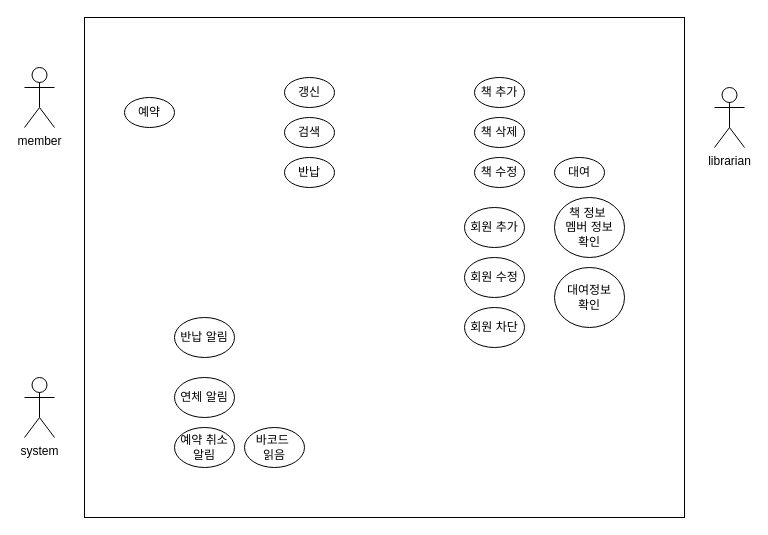
This is page "유스케이스" (3 of 3) of Library.drawio from gogogo191/becomeadeveloper, a draw.io file, before an edit. Source tidied: cells renumbered, new cells numbered last; positions are measured from the earlier drawing's top-left corner, leaving out a move shared by most shapes. Both pictures are drawn from the tidied source at 100%, with x=0, y=0 at pixel (24, 17).
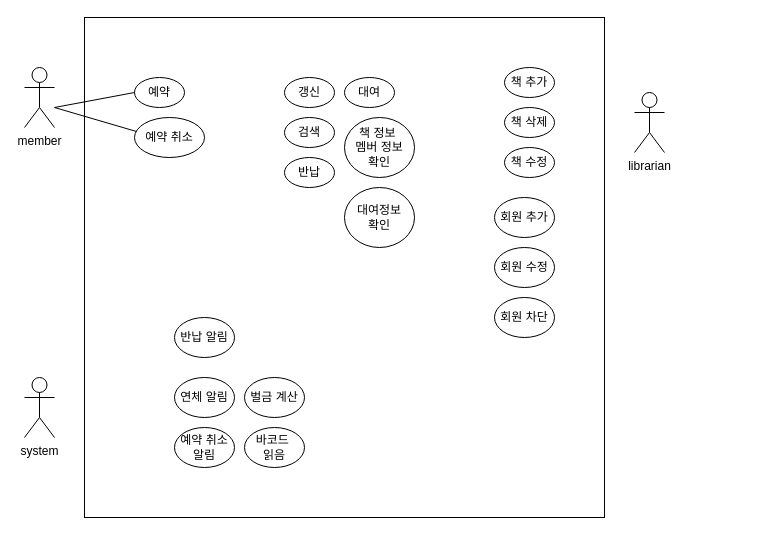
The same page after the edit.

Diff of the diagram source:
```diff
@@
     <mxCell id="3" style="rounded=0;whiteSpace=wrap;html=1;" parent="1" vertex="1">
-      <mxGeometry x="60" width="600" height="500" as="geometry" />
+      <mxGeometry x="60" width="520" height="500" as="geometry" />
     </mxCell>
     <mxCell id="4" value="예약" style="ellipse;whiteSpace=wrap;html=1;" parent="1" vertex="1">
-      <mxGeometry x="100" y="80" width="50" height="30" as="geometry" />
+      <mxGeometry x="110" y="60" width="50" height="30" as="geometry" />
     </mxCell>
@@
     <mxCell id="8" value="책 추가" style="ellipse;whiteSpace=wrap;html=1;" parent="1" vertex="1">
-      <mxGeometry x="450" y="60" width="50" height="30" as="geometry" />
+      <mxGeometry x="480" y="50" width="50" height="30" as="geometry" />
     </mxCell>
     <mxCell id="9" value="책 삭제" style="ellipse;whiteSpace=wrap;html=1;" parent="1" vertex="1">
-      <mxGeometry x="450" y="100" width="50" height="30" as="geometry" />
+      <mxGeometry x="480" y="90" width="50" height="30" as="geometry" />
     </mxCell>
     <mxCell id="10" value="책 수정" style="ellipse;whiteSpace=wrap;html=1;" parent="1" vertex="1">
-      <mxGeometry x="450" y="140" width="50" height="30" as="geometry" />
+      <mxGeometry x="480" y="130" width="50" height="30" as="geometry" />
     </mxCell>
     <mxCell id="11" value="대여" style="ellipse;whiteSpace=wrap;html=1;" parent="1" vertex="1">
-      <mxGeometry x="530" y="140" width="50" height="30" as="geometry" />
+      <mxGeometry x="320" y="60" width="50" height="30" as="geometry" />
     </mxCell>
     <mxCell id="12" value="책 정보&amp;nbsp;&lt;br&gt;멤버 정보 &lt;br&gt;확인" style="ellipse;whiteSpace=wrap;html=1;" parent="1" vertex="1">
-      <mxGeometry x="530" y="180" width="70" height="60" as="geometry" />
+      <mxGeometry x="320" y="100" width="70" height="60" as="geometry" />
     </mxCell>
     <mxCell id="13" value="대여정보&lt;br&gt;확인" style="ellipse;whiteSpace=wrap;html=1;" parent="1" vertex="1">
-      <mxGeometry x="530" y="250" width="70" height="60" as="geometry" />
+      <mxGeometry x="320" y="170" width="70" height="60" as="geometry" />
     </mxCell>
     <mxCell id="14" value="회원 추가" style="ellipse;whiteSpace=wrap;html=1;" parent="1" vertex="1">
-      <mxGeometry x="440" y="190" width="60" height="40" as="geometry" />
+      <mxGeometry x="470" y="180" width="60" height="40" as="geometry" />
     </mxCell>
     <mxCell id="15" value="회원 수정" style="ellipse;whiteSpace=wrap;html=1;" parent="1" vertex="1">
-      <mxGeometry x="440" y="240" width="60" height="40" as="geometry" />
+      <mxGeometry x="470" y="230" width="60" height="40" as="geometry" />
     </mxCell>
     <mxCell id="16" value="회원 차단" style="ellipse;whiteSpace=wrap;html=1;" parent="1" vertex="1">
-      <mxGeometry x="440" y="290" width="60" height="40" as="geometry" />
+      <mxGeometry x="470" y="280" width="60" height="40" as="geometry" />
     </mxCell>
@@
     <mxCell id="22" value="librarian" style="shape=umlActor;verticalLabelPosition=bottom;verticalAlign=top;html=1;" parent="1" vertex="1">
-      <mxGeometry x="690" y="70" width="30" height="60" as="geometry" />
+      <mxGeometry x="610" y="75" width="30" height="60" as="geometry" />
     </mxCell>
+    <mxCell id="23" value="예약 취소" style="ellipse;whiteSpace=wrap;html=1;" parent="1" vertex="1">
+      <mxGeometry x="110" y="100" width="70" height="40" as="geometry" />
+    </mxCell>
+    <mxCell id="24" style="endArrow=none;html=1;rounded=0;fontSize=18;entryX=0;entryY=0.5;entryDx=0;entryDy=0;" parent="1" edge="1" target="4">
+      <mxGeometry relative="1" as="geometry">
+        <mxPoint x="30" y="90" as="sourcePoint" />
+      </mxGeometry>
+    </mxCell>
+    <mxCell id="25" style="endArrow=none;html=1;rounded=0;fontSize=18;entryX=0.029;entryY=0.35;entryDx=0;entryDy=0;entryPerimeter=0;" parent="1" edge="1" target="23">
+      <mxGeometry relative="1" as="geometry">
+        <mxPoint x="30" y="90" as="sourcePoint" />
+      </mxGeometry>
+    </mxCell>
+    <mxCell id="26" value="벌금 계산" style="ellipse;whiteSpace=wrap;html=1;" parent="1" vertex="1">
+      <mxGeometry x="220" y="360" width="60" height="40" as="geometry" />
+    </mxCell>
```
